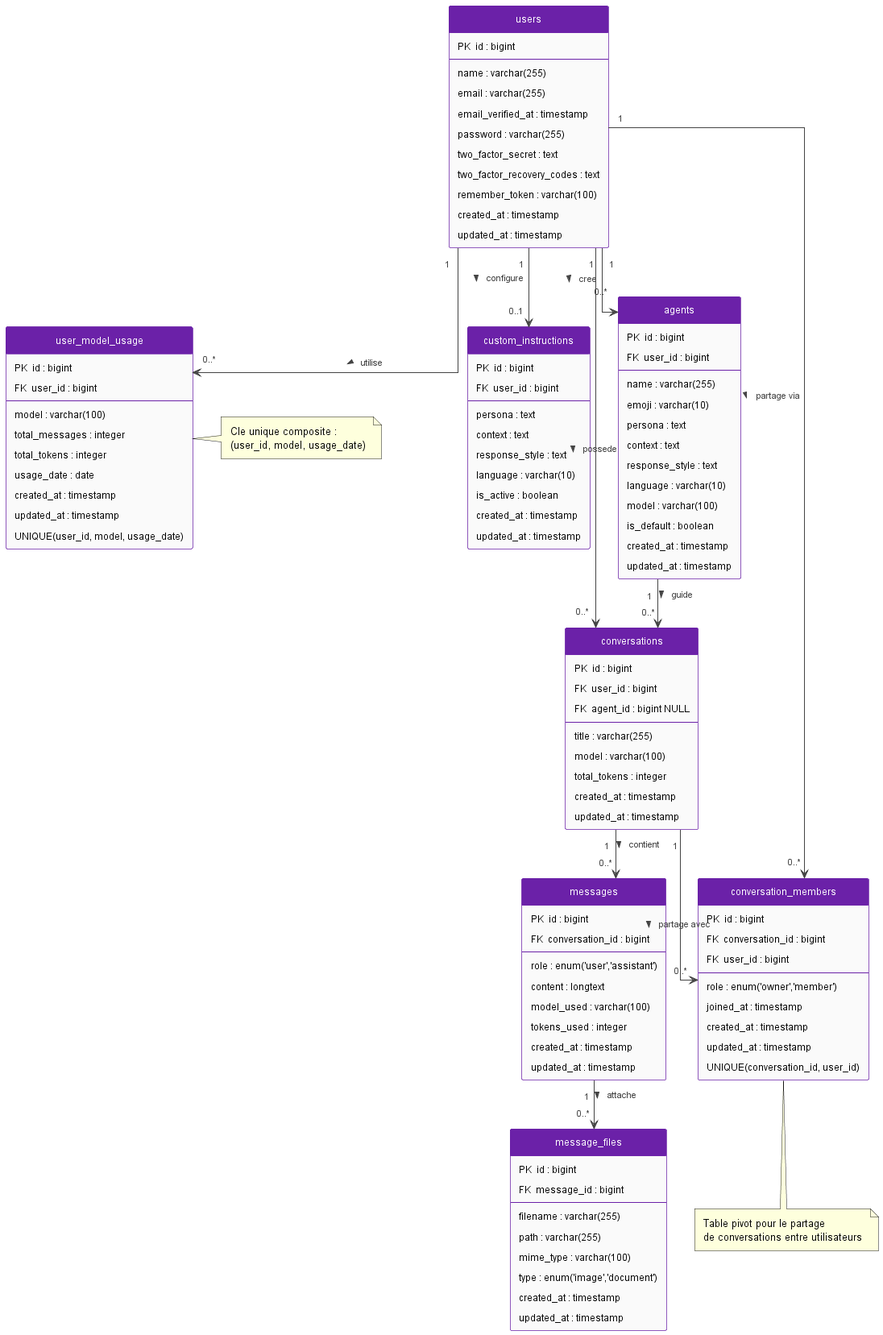
This is out/docs/database/QuestMaster - Diagramme de Classe.png from Qoquan/mybotknow, a PlantUML export, as it was before one commit. Its diagram source:
```plantuml
@startuml QuestMaster - Diagramme de Classe

hide methods
hide stereotypes
hide circle

skinparam linetype ortho
skinparam classBorderColor #6B21A8
skinparam classBackgroundColor #FAFAFA
skinparam classArrowColor #444444
skinparam classFontSize 13
skinparam classFontName Arial
skinparam classAttributeFontSize 12
skinparam ArrowFontSize 11
skinparam ArrowFontColor #444444
skinparam padding 5
skinparam classHeaderBackgroundColor #6B21A8
skinparam classFontColor #FFFFFF

class users {
  PK  id : bigint
  --
  name : varchar(255)
  email : varchar(255)
  email_verified_at : timestamp
  password : varchar(255)
  two_factor_secret : text
  two_factor_recovery_codes : text
  remember_token : varchar(100)
  created_at : timestamp
  updated_at : timestamp
}

class conversations {
  PK  id : bigint
  FK  user_id : bigint
  FK  agent_id : bigint NULL
  --
  title : varchar(255)
  model : varchar(100)
  total_tokens : integer
  created_at : timestamp
  updated_at : timestamp
}

class messages {
  PK  id : bigint
  FK  conversation_id : bigint
  --
  role : enum('user','assistant')
  content : longtext
  model_used : varchar(100)
  tokens_used : integer
  created_at : timestamp
  updated_at : timestamp
}

class custom_instructions {
  PK  id : bigint
  FK  user_id : bigint
  --
  persona : text
  context : text
  response_style : text
  language : varchar(10)
  is_active : boolean
  created_at : timestamp
  updated_at : timestamp
}

class agents {
  PK  id : bigint
  FK  user_id : bigint
  --
  name : varchar(255)
  emoji : varchar(10)
  persona : text
  context : text
  response_style : text
  language : varchar(10)
  model : varchar(100)
  is_default : boolean
  created_at : timestamp
  updated_at : timestamp
}

class message_files {
  PK  id : bigint
  FK  message_id : bigint
  --
  filename : varchar(255)
  path : varchar(255)
  mime_type : varchar(100)
  type : enum('image','document')
  created_at : timestamp
  updated_at : timestamp
}

class user_model_usage {
  PK  id : bigint
  FK  user_id : bigint
  --
  model : varchar(100)
  total_messages : integer
  total_tokens : integer
  usage_date : date
  created_at : timestamp
  updated_at : timestamp
  UNIQUE(user_id, model, usage_date)
}

class conversation_members {
  PK  id : bigint
  FK  conversation_id : bigint
  FK  user_id : bigint
  --
  role : enum('owner','member')
  joined_at : timestamp
  created_at : timestamp
  updated_at : timestamp
  UNIQUE(conversation_id, user_id)
}

users "1" --> "0..*" conversations : possede >
users "1" --> "0..1" custom_instructions : configure >
users "1" --> "0..*" agents : cree >
users "1" --> "0..*" user_model_usage : utilise >
users "1" --> "0..*" conversation_members : partage via >

conversations "1" --> "0..*" messages : contient >
conversations "1" --> "0..*" conversation_members : partage avec >

messages "1" --> "0..*" message_files : attache >

agents "1" --> "0..*" conversations : guide >

note bottom of conversation_members
  Table pivot pour le partage
  de conversations entre utilisateurs
end note

note right of user_model_usage
  Cle unique composite :
  (user_id, model, usage_date)
end note

@enduml
```
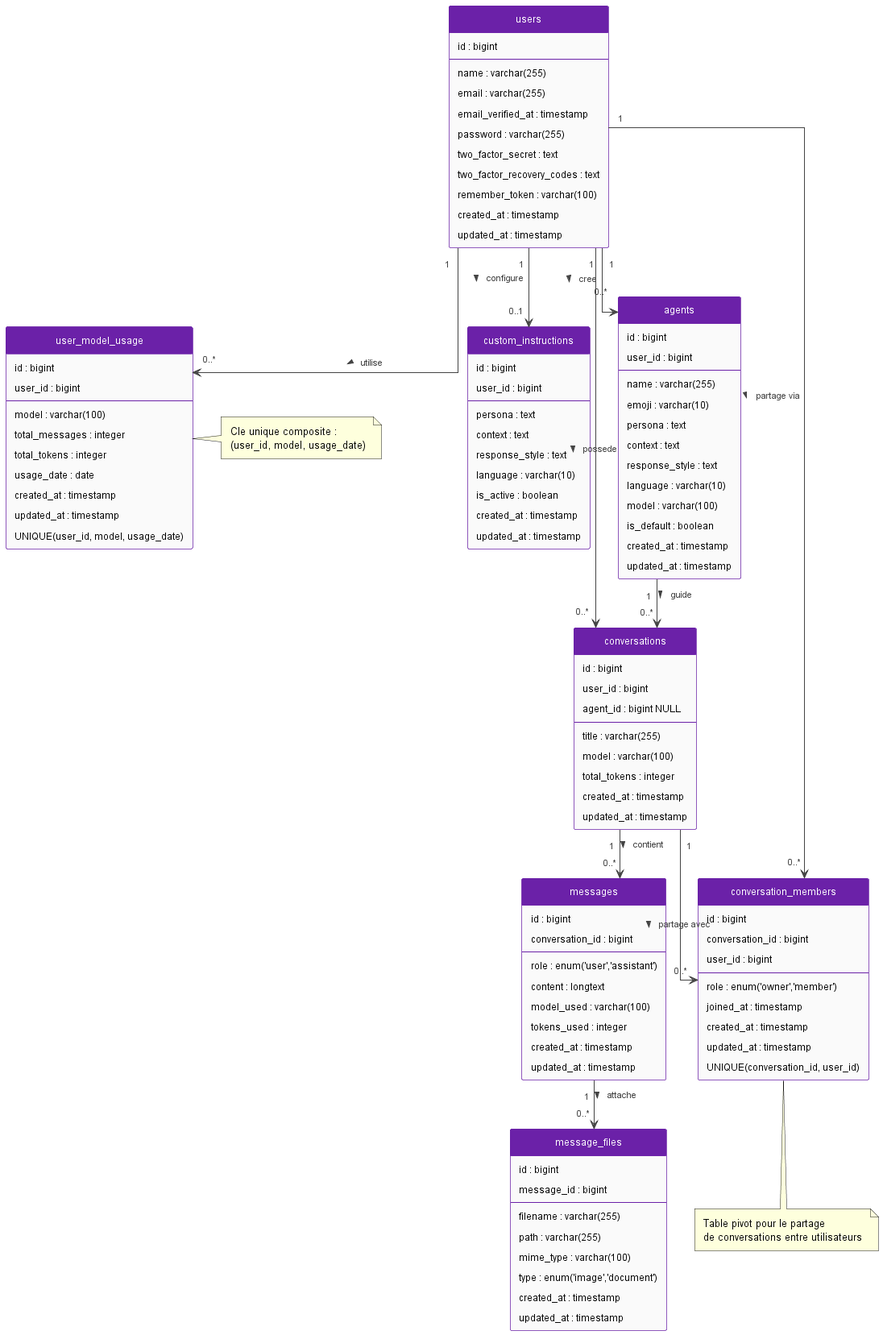
After the change.

Change to the diagram source:
```diff
@@ -18,7 +18,7 @@
 skinparam classFontColor #FFFFFF
 
 class users {
-  PK  id : bigint
+  id : bigint
   --
   name : varchar(255)
   email : varchar(255)
@@ -32,9 +32,9 @@
 }
 
 class conversations {
-  PK  id : bigint
-  FK  user_id : bigint
-  FK  agent_id : bigint NULL
+  id : bigint
+  user_id : bigint
+  agent_id : bigint NULL
   --
   title : varchar(255)
   model : varchar(100)
@@ -44,8 +44,8 @@
 }
 
 class messages {
-  PK  id : bigint
-  FK  conversation_id : bigint
+  id : bigint
+  conversation_id : bigint
   --
   role : enum('user','assistant')
   content : longtext
@@ -56,8 +56,8 @@
 }
 
 class custom_instructions {
-  PK  id : bigint
-  FK  user_id : bigint
+  id : bigint
+  user_id : bigint
   --
   persona : text
   context : text
@@ -69,8 +69,8 @@
 }
 
 class agents {
-  PK  id : bigint
-  FK  user_id : bigint
+  id : bigint
+  user_id : bigint
   --
   name : varchar(255)
   emoji : varchar(10)
@@ -85,8 +85,8 @@
 }
 
 class message_files {
-  PK  id : bigint
-  FK  message_id : bigint
+  id : bigint
+  message_id : bigint
   --
   filename : varchar(255)
   path : varchar(255)
@@ -97,8 +97,8 @@
 }
 
 class user_model_usage {
-  PK  id : bigint
-  FK  user_id : bigint
+  id : bigint
+  user_id : bigint
   --
   model : varchar(100)
   total_messages : integer
@@ -110,9 +110,9 @@
 }
 
 class conversation_members {
-  PK  id : bigint
-  FK  conversation_id : bigint
-  FK  user_id : bigint
+  id : bigint
+  conversation_id : bigint
+  user_id : bigint
   --
   role : enum('owner','member')
   joined_at : timestamp
```
